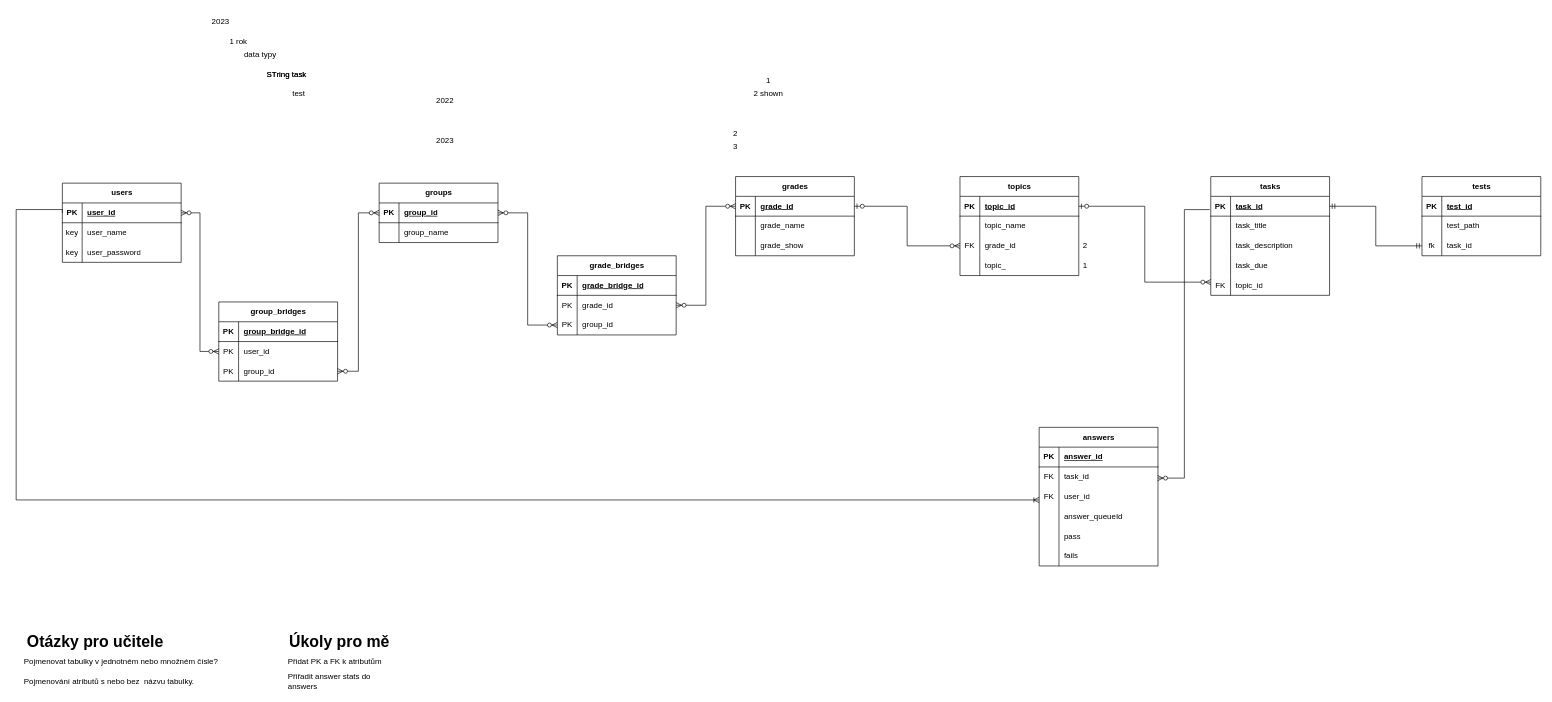
Plebicek/CodeTester keeps this draw.io diagram as diagrams/db.drawio. Above is the earlier version. Source tidied: cells renumbered, new cells numbered last; positions are measured from the earlier drawing's top-left corner, leaving out a move shared by most shapes. Both pictures are drawn from the tidied source at 66%, with x=0, y=0 at pixel (16, 11).
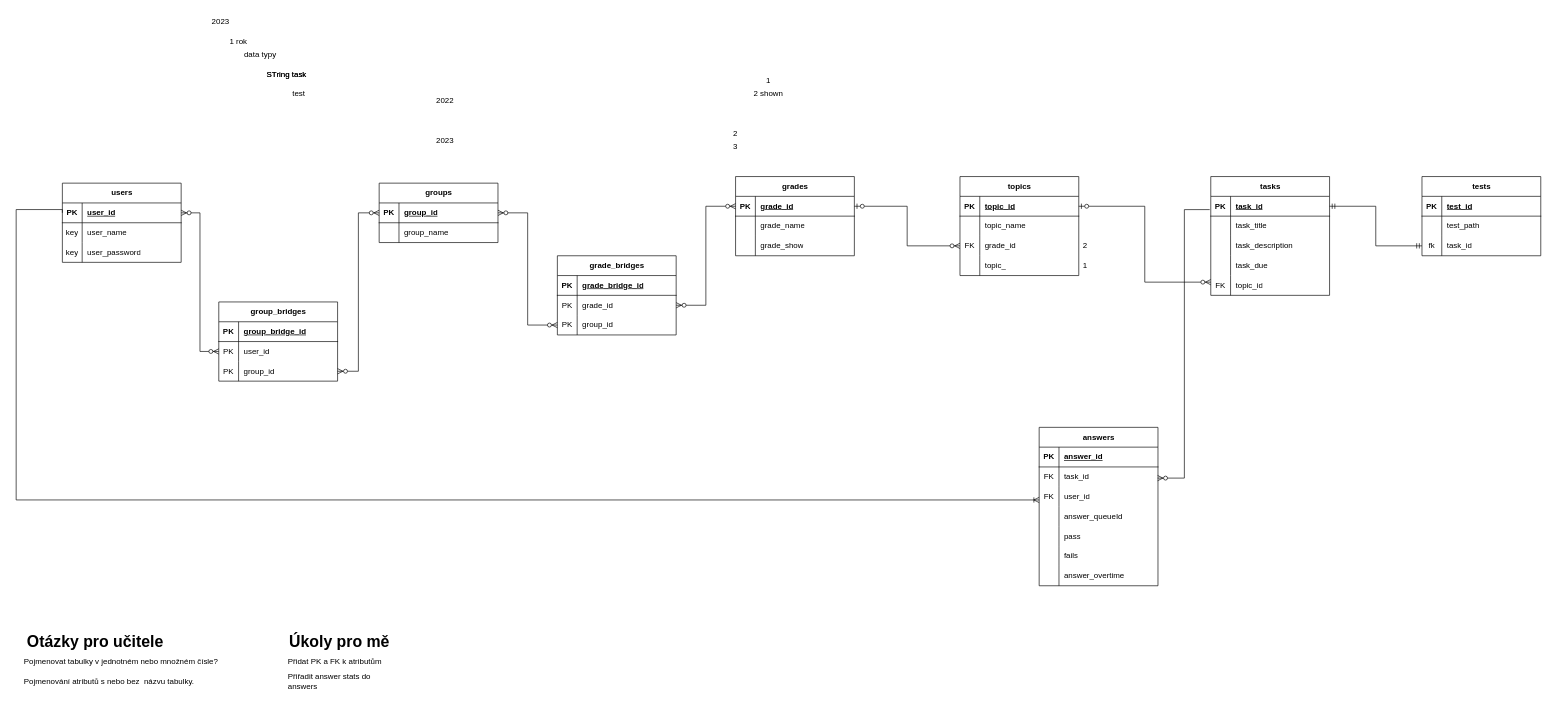
The same page after the edit.

What changed in the source:
```diff
@@
     <mxCell id="95" value="answers" style="shape=table;startSize=30;childLayout=tableLayout;rowLines=0;fontStyle=1;align=center;html=1;" parent="1" vertex="1">
-      <mxGeometry x="1550" y="630" width="180" height="210" as="geometry" />
+      <mxGeometry x="1550" y="630" width="180" height="240" as="geometry" />
     </mxCell>
@@
+    <mxCell id="137" style="shape=tableRow;horizontal=0;startSize=0;swimlaneHead=0;swimlaneBody=0;fillColor=none;top=0;left=0;right=0;bottom=0;" parent="95" vertex="1">
+      <mxGeometry y="210" width="180" height="30" as="geometry" />
+    </mxCell>
+    <mxCell id="138" style="shape=partialRectangle;fillColor=none;top=0;left=0;bottom=0;right=0;overflow=hidden;whiteSpace=wrap;html=1;" parent="137" vertex="1">
+      <mxGeometry width="30" height="30" as="geometry" />
+    </mxCell>
+    <mxCell id="139" value="answer_overtime" style="shape=partialRectangle;fillColor=none;top=0;left=0;bottom=0;right=0;align=left;spacingLeft=6;overflow=hidden;whiteSpace=wrap;html=1;" parent="137" vertex="1">
+      <mxGeometry x="30" width="150" height="30" as="geometry" />
+    </mxCell>
```
